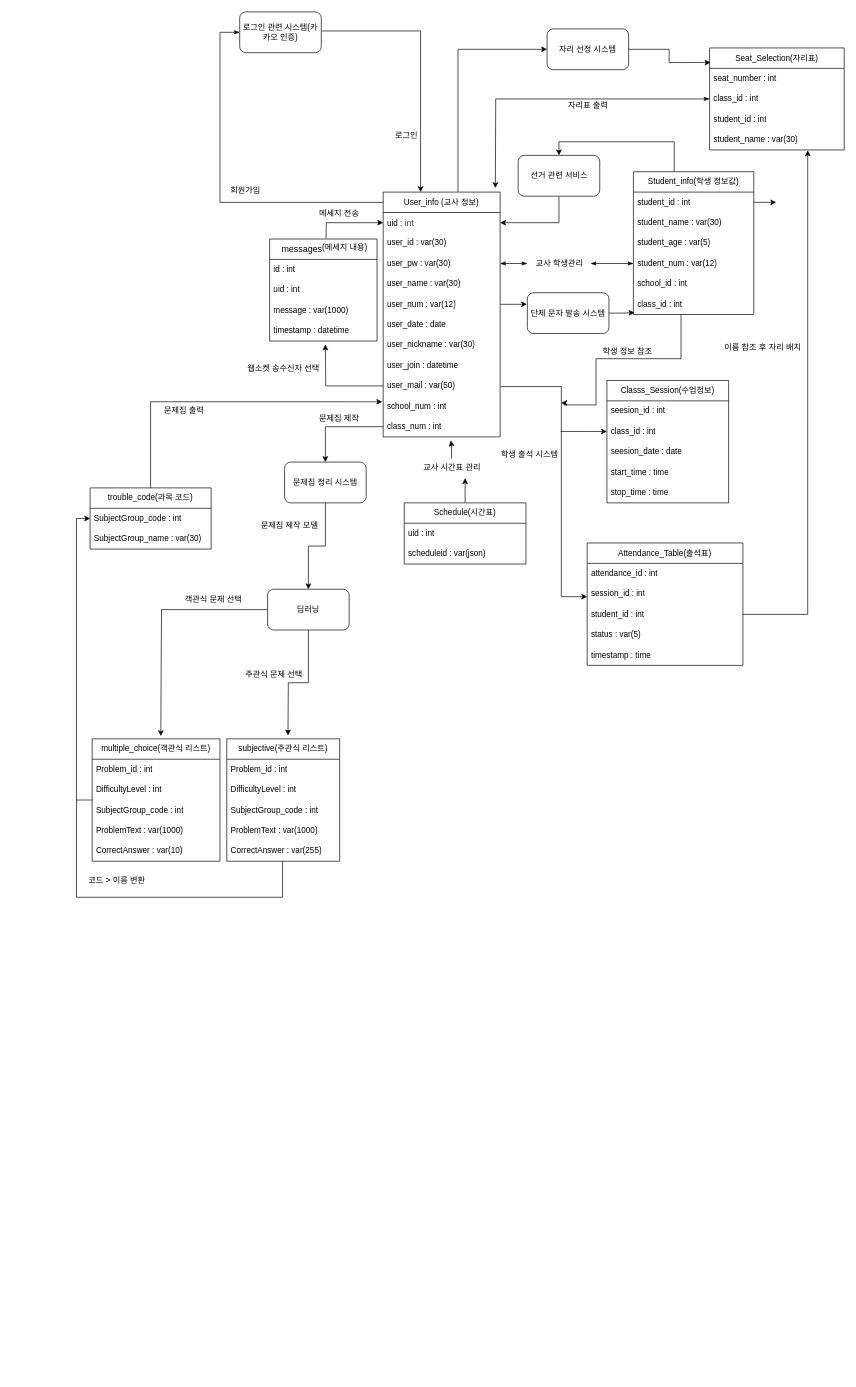
This is database.drawio from programrsky/Jaeseok_Lee, a draw.io file, before an edit. Source tidied: cells renumbered, new cells numbered last; positions are measured from the earlier drawing's top-left corner, leaving out a move shared by most shapes. Both pictures are drawn from the tidied source at 68%, with x=0, y=0 at pixel (76, 12).
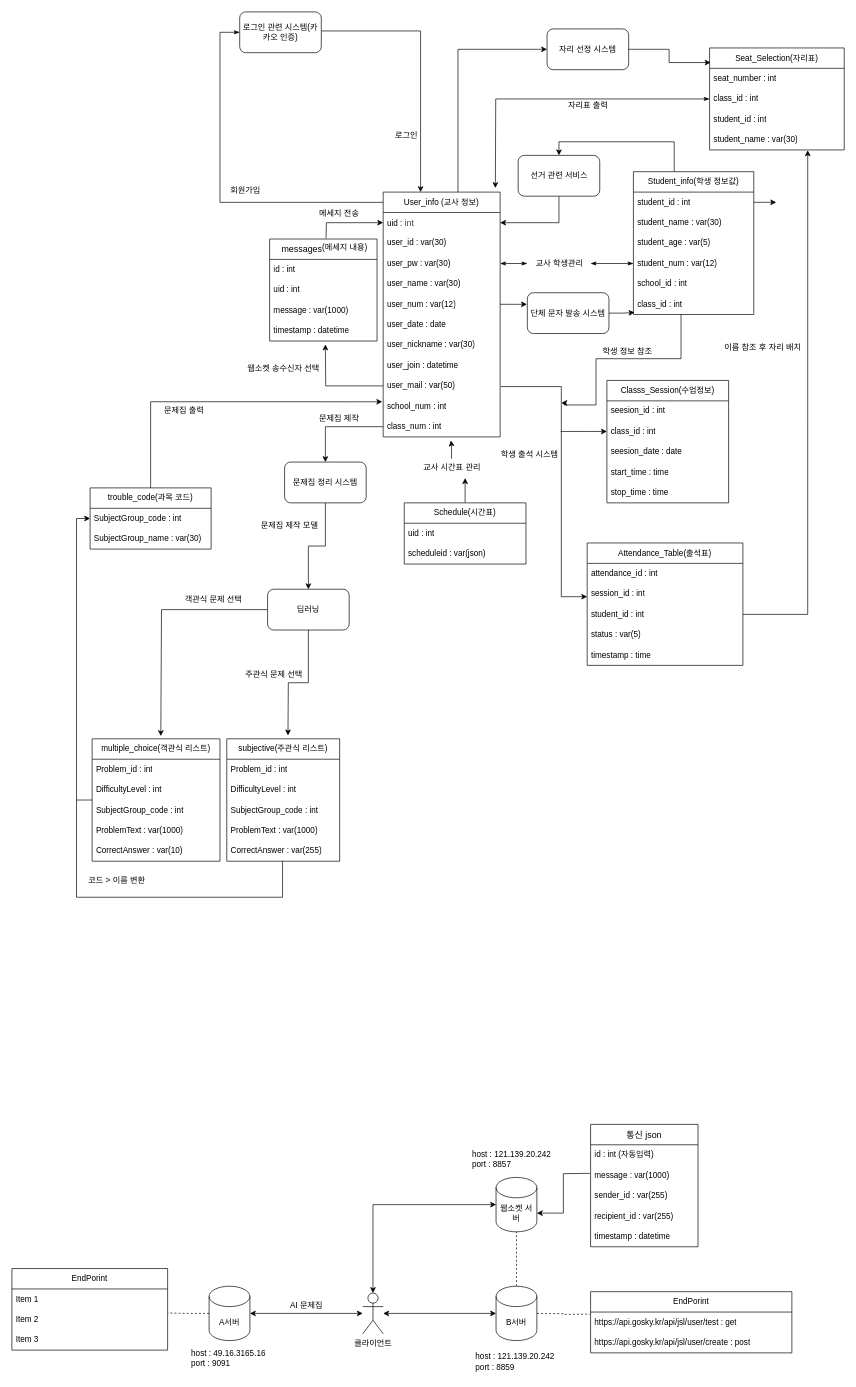
The same page after the edit.

Change to the diagram source:
```diff
@@
+    <mxCell id="110" value="클라이언트&lt;div&gt;&lt;br&gt;&lt;/div&gt;" style="shape=umlActor;verticalLabelPosition=bottom;verticalAlign=top;html=1;outlineConnect=0;" parent="1" vertex="1">
+      <mxGeometry x="421" y="1884" width="30" height="60" as="geometry" />
+    </mxCell>
+    <mxCell id="111" style="edgeStyle=orthogonalEdgeStyle;rounded=0;jettySize=auto;html=1;startArrow=classic;startFill=1;" parent="1" edge="1" source="112" target="110">
+      <mxGeometry relative="1" as="geometry" />
+    </mxCell>
+    <mxCell id="112" value="A서버" style="shape=cylinder3;whiteSpace=wrap;html=1;boundedLbl=1;backgroundOutline=1;size=15;" parent="1" vertex="1">
+      <mxGeometry x="195" y="1874" width="60" height="80" as="geometry" />
+    </mxCell>
+    <mxCell id="113" style="edgeStyle=orthogonalEdgeStyle;rounded=0;jettySize=auto;html=1;startArrow=classic;startFill=1;" parent="1" edge="1" source="116" target="110">
+      <mxGeometry relative="1" as="geometry" />
+    </mxCell>
+    <mxCell id="114" style="edgeStyle=orthogonalEdgeStyle;rounded=0;jettySize=auto;html=1;dashed=1;endArrow=none;endFill=0;" parent="1" edge="1" source="116" target="119">
+      <mxGeometry relative="1" as="geometry" />
+    </mxCell>
+    <mxCell id="115" style="edgeStyle=orthogonalEdgeStyle;rounded=0;orthogonalLoop=1;jettySize=auto;html=1;entryX=0;entryY=0.5;entryDx=0;entryDy=0;dashed=1;endArrow=none;endFill=0;" parent="1" edge="1">
+      <mxGeometry relative="1" as="geometry">
+        <mxPoint x="677" y="1914" as="sourcePoint" />
+        <mxPoint x="755" y="1915" as="targetPoint" />
+      </mxGeometry>
+    </mxCell>
+    <mxCell id="116" value="B서버" style="shape=cylinder3;whiteSpace=wrap;html=1;boundedLbl=1;backgroundOutline=1;size=15;" parent="1" vertex="1">
+      <mxGeometry x="617" y="1874" width="60" height="80" as="geometry" />
+    </mxCell>
+    <mxCell id="117" value="host : 49.16.3165.16&lt;div&gt;port : 9091&lt;/div&gt;" style="text;html=1;align=left;verticalAlign=middle;strokeColor=none;fillColor=none;" parent="1" vertex="1">
+      <mxGeometry x="167" y="1959" width="127" height="41" as="geometry" />
+    </mxCell>
+    <mxCell id="118" value="host : 121.139.20.242&lt;div&gt;port : 8859&lt;/div&gt;" style="text;html=1;align=left;verticalAlign=middle;strokeColor=none;fillColor=none;" parent="1" vertex="1">
+      <mxGeometry x="584.5" y="1964" width="134" height="41" as="geometry" />
+    </mxCell>
+    <mxCell id="119" value="웹소켓 서버" style="shape=cylinder3;whiteSpace=wrap;html=1;boundedLbl=1;backgroundOutline=1;size=15;" parent="1" vertex="1">
+      <mxGeometry x="617" y="1714" width="60" height="80" as="geometry" />
+    </mxCell>
+    <mxCell id="120" value="host : 121.139.20.242&lt;div&gt;port : 8857&lt;/div&gt;" style="text;html=1;align=left;verticalAlign=middle;strokeColor=none;fillColor=none;" parent="1" vertex="1">
+      <mxGeometry x="580" y="1666" width="134" height="41" as="geometry" />
+    </mxCell>
+    <mxCell id="121" style="edgeStyle=orthogonalEdgeStyle;rounded=0;jettySize=auto;html=1;entryX=0.5;entryY=0;entryDx=0;entryDy=0;entryPerimeter=0;startArrow=classic;startFill=1;" parent="1" edge="1" source="119" target="110">
+      <mxGeometry relative="1" as="geometry" />
+    </mxCell>
+    <mxCell id="122" value="AI 문제집" style="text;html=1;align=center;verticalAlign=middle;strokeColor=none;fillColor=none;" parent="1" vertex="1">
+      <mxGeometry x="306" y="1889" width="64" height="26" as="geometry" />
+    </mxCell>
+    <mxCell id="123" value="EndPorint" style="swimlane;fontStyle=0;horizontal=1;startSize=30;whiteSpace=wrap;html=1;" parent="1" vertex="1">
+      <mxGeometry x="-95" y="1848" width="229" height="120" as="geometry" />
+    </mxCell>
+    <mxCell id="124" value="Item 1" style="text;strokeColor=none;fillColor=none;align=left;verticalAlign=middle;spacingLeft=4;spacingRight=4;overflow=hidden;whiteSpace=wrap;html=1;" parent="123" vertex="1">
+      <mxGeometry y="30" width="229" height="30" as="geometry" />
+    </mxCell>
+    <mxCell id="125" value="Item 2" style="text;strokeColor=none;fillColor=none;align=left;verticalAlign=middle;spacingLeft=4;spacingRight=4;overflow=hidden;points=[[0,0.5],[1,0.5]];portConstraint=eastwest;whiteSpace=wrap;html=1;" parent="123" vertex="1">
+      <mxGeometry y="60" width="229" height="30" as="geometry" />
+    </mxCell>
+    <mxCell id="126" value="Item 3" style="text;strokeColor=none;fillColor=none;align=left;verticalAlign=middle;spacingLeft=4;spacingRight=4;overflow=hidden;whiteSpace=wrap;html=1;" parent="123" vertex="1">
+      <mxGeometry y="90" width="229" height="30" as="geometry" />
+    </mxCell>
+    <mxCell id="127" style="edgeStyle=orthogonalEdgeStyle;rounded=0;jettySize=auto;html=1;entryX=1.002;entryY=0.18;entryDx=0;entryDy=0;entryPerimeter=0;dashed=1;endArrow=none;endFill=0;" parent="1" edge="1" source="112" target="125">
+      <mxGeometry relative="1" as="geometry" />
+    </mxCell>
+    <mxCell id="128" value="EndPorint" style="swimlane;fontStyle=0;horizontal=1;startSize=30;whiteSpace=wrap;html=1;" parent="1" vertex="1">
+      <mxGeometry x="756" y="1882" width="296" height="90" as="geometry" />
+    </mxCell>
+    <mxCell id="129" value="https://api.gosky.kr/api/jsl/user/test : get" style="text;strokeColor=none;fillColor=none;align=left;verticalAlign=middle;spacingLeft=4;spacingRight=4;overflow=hidden;whiteSpace=wrap;html=1;" parent="128" vertex="1">
+      <mxGeometry y="30" width="296" height="30" as="geometry" />
+    </mxCell>
+    <mxCell id="130" value="https://api.gosky.kr/api/jsl/user/create : post" style="text;strokeColor=none;fillColor=none;align=left;verticalAlign=middle;spacingLeft=4;spacingRight=4;overflow=hidden;whiteSpace=wrap;html=1;" parent="128" vertex="1">
+      <mxGeometry y="60" width="296" height="30" as="geometry" />
+    </mxCell>
+    <mxCell id="131" style="edgeStyle=orthogonalEdgeStyle;rounded=0;jettySize=auto;html=1;entryX=1;entryY=0;entryDx=0;entryDy=52.5;entryPerimeter=0;" parent="1" edge="1" target="119">
+      <mxGeometry relative="1" as="geometry">
+        <mxPoint x="755" y="1708" as="sourcePoint" />
+      </mxGeometry>
+    </mxCell>
+    <mxCell id="132" value="&lt;span style=&quot;font-size: 13.12px;&quot;&gt;통신 json&lt;/span&gt;" style="swimlane;fontStyle=0;horizontal=1;startSize=30;whiteSpace=wrap;html=1;" parent="1" vertex="1">
+      <mxGeometry x="756" y="1636" width="158" height="180" as="geometry" />
+    </mxCell>
+    <mxCell id="133" value="id : int (자동입력)" style="text;strokeColor=none;fillColor=none;align=left;verticalAlign=middle;spacingLeft=4;spacingRight=4;overflow=hidden;whiteSpace=wrap;html=1;" parent="132" vertex="1">
+      <mxGeometry y="30" width="158" height="30" as="geometry" />
+    </mxCell>
+    <mxCell id="134" value="&lt;span style=&quot;font-family: sans-serif; text-wrap: nowrap; background-color: rgb(255, 255, 255);&quot;&gt;&lt;font style=&quot;font-size: 12px;&quot;&gt;message : var(1000)&lt;/font&gt;&lt;/span&gt;" style="text;strokeColor=none;fillColor=none;align=left;verticalAlign=middle;spacingLeft=4;spacingRight=4;overflow=hidden;whiteSpace=wrap;html=1;" parent="132" vertex="1">
+      <mxGeometry y="60" width="158" height="30" as="geometry" />
+    </mxCell>
+    <mxCell id="135" value="&lt;font style=&quot;font-size: 12px;&quot;&gt;sender_id : var(255)&lt;/font&gt;" style="text;strokeColor=none;fillColor=none;align=left;verticalAlign=middle;spacingLeft=4;spacingRight=4;overflow=hidden;whiteSpace=wrap;html=1;" parent="132" vertex="1">
+      <mxGeometry y="90" width="158" height="30" as="geometry" />
+    </mxCell>
+    <mxCell id="136" value="&lt;font style=&quot;font-size: 12px;&quot;&gt;recipient_id&amp;nbsp;: var(255)&lt;/font&gt;" style="text;strokeColor=none;fillColor=none;align=left;verticalAlign=middle;spacingLeft=4;spacingRight=4;overflow=hidden;whiteSpace=wrap;html=1;" parent="132" vertex="1">
+      <mxGeometry y="120" width="158" height="30" as="geometry" />
+    </mxCell>
+    <mxCell id="137" value="&lt;font size=&quot;1&quot; face=&quot;sans-serif&quot;&gt;&lt;span style=&quot;text-wrap: nowrap;&quot;&gt;&lt;span style=&quot;font-size: 12px;&quot;&gt;timestamp : datetime&lt;/span&gt;&lt;/span&gt;&lt;/font&gt;" style="text;strokeColor=none;fillColor=none;align=left;verticalAlign=middle;spacingLeft=4;spacingRight=4;overflow=hidden;whiteSpace=wrap;html=1;" parent="132" vertex="1">
+      <mxGeometry y="150" width="158" height="30" as="geometry" />
+    </mxCell>
```
